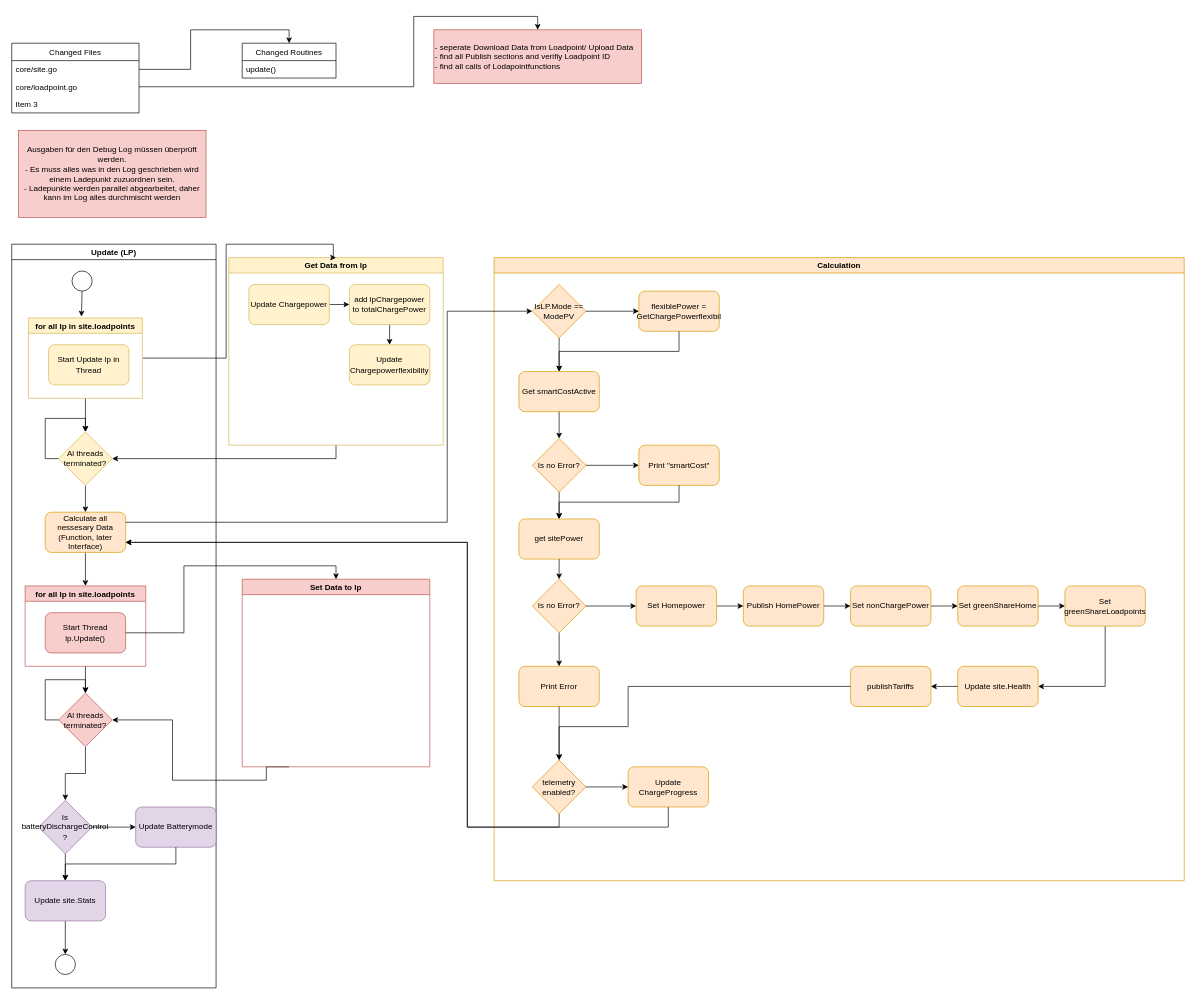
This is page "New site.go" (3 of 4) of docs/Update_Loadingpoint.drawio from cubos-technologies/evcc, a draw.io file, before an edit. Source tidied: cells renumbered, new cells numbered last; positions are measured from the earlier drawing's top-left corner, leaving out a move shared by most shapes. Both pictures are drawn from the tidied source at 67%, with x=0, y=0 at pixel (11, 16).
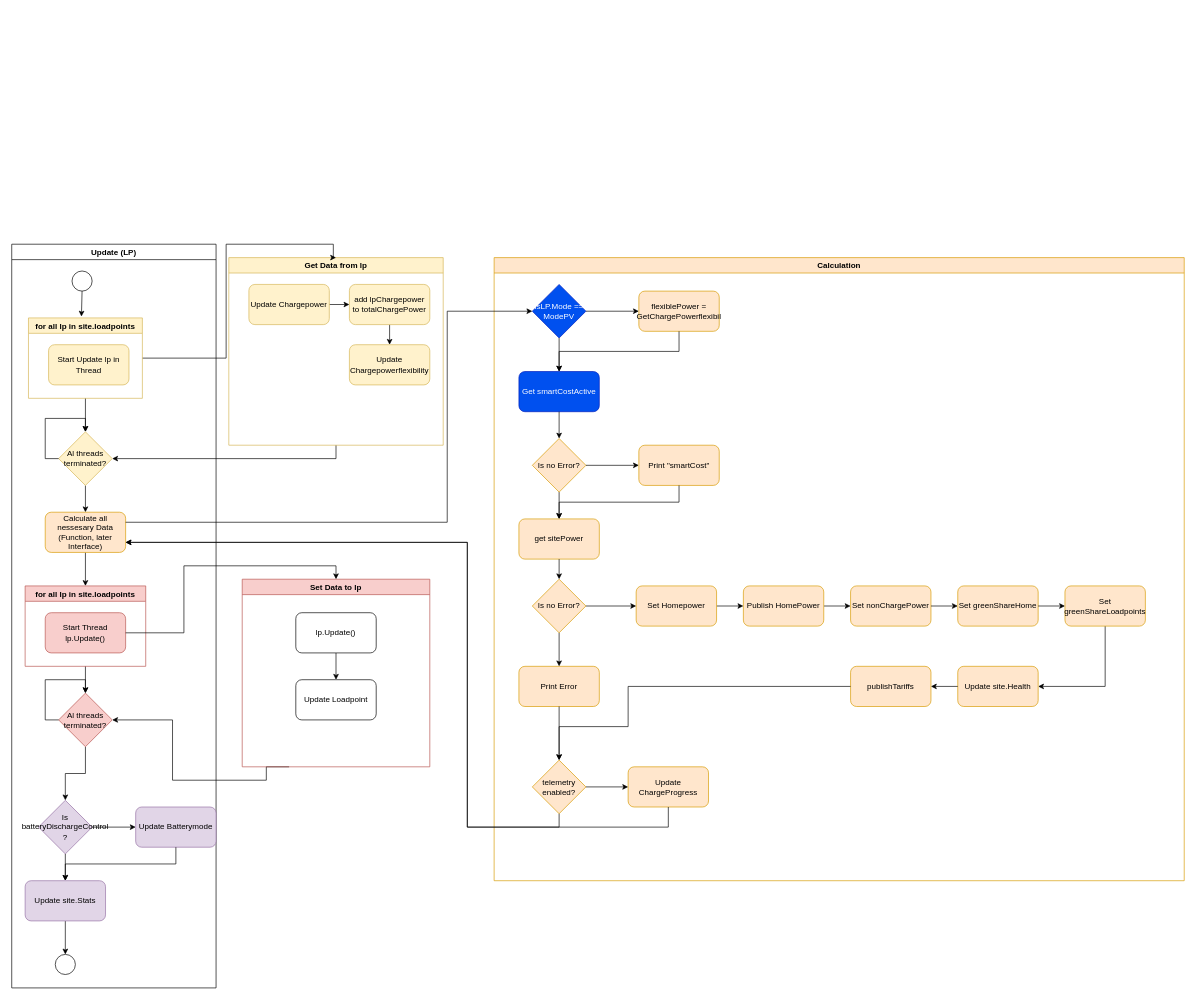
After the change.

Unchanged cells that the change refers to:
```xml
<mxCell id="36" value="Set Data to lp" style="swimlane;fillColor=#f8cecc;strokeColor=#b85450;" parent="1" vertex="1">
  <mxGeometry x="344" y="840" width="280" height="280" as="geometry" />
</mxCell>
<mxCell id="38" value="Calculation" style="swimlane;fillColor=#ffe6cc;strokeColor=#d79b00;" parent="1" vertex="1">
  <mxGeometry x="720" y="360" width="1030" height="930" as="geometry" />
</mxCell>
```

Change to the diagram source:
```diff
@@
+    <mxCell id="88" style="edgeStyle=orthogonalEdgeStyle;rounded=0;jettySize=auto;html=1;exitX=0.5;exitY=1;exitDx=0;exitDy=0;entryX=0.5;entryY=0;entryDx=0;entryDy=0;" parent="36" edge="1" source="89" target="90">
+      <mxGeometry relative="1" as="geometry" />
+    </mxCell>
+    <mxCell id="89" value="lp.Update()" style="rounded=1;whiteSpace=wrap;html=1;" parent="36" vertex="1">
+      <mxGeometry x="80" y="50" width="120" height="60" as="geometry" />
+    </mxCell>
+    <mxCell id="90" value="Update Loadpoint" style="rounded=1;whiteSpace=wrap;html=1;fillColor=none;" parent="36" vertex="1">
+      <mxGeometry x="80" y="150" width="120" height="60" as="geometry" />
+    </mxCell>
@@
-    <mxCell id="39" value="IsLP.Mode == ModePV" style="rhombus;whiteSpace=wrap;html=1;fillColor=#ffe6cc;strokeColor=#d79b00;" parent="38" vertex="1">
+    <mxCell id="39" value="IsLP.Mode == ModePV" style="rhombus;whiteSpace=wrap;html=1;fillColor=#0050ef;strokeColor=#001DBC;fontColor=#ffffff;" parent="38" vertex="1">
       <mxGeometry x="57" y="40" width="80" height="80" as="geometry" />
     </mxCell>
@@
-    <mxCell id="42" value="Get smartCostActive" style="rounded=1;whiteSpace=wrap;html=1;fillColor=#ffe6cc;strokeColor=#d79b00;" parent="38" vertex="1">
+    <mxCell id="42" value="Get smartCostActive" style="rounded=1;whiteSpace=wrap;html=1;fillColor=#0050ef;strokeColor=#001DBC;fontColor=#ffffff;" parent="38" vertex="1">
       <mxGeometry x="37" y="170" width="120" height="60" as="geometry" />
     </mxCell>
@@
-    <mxCell id="76" value="Changed Files" style="swimlane;fontStyle=0;horizontal=1;startSize=26;fillColor=none;" parent="1" vertex="1">
-      <mxGeometry y="40" width="190" height="104" as="geometry" />
-    </mxCell>
-    <mxCell id="77" value="core/site.go" style="text;strokeColor=none;fillColor=none;align=left;verticalAlign=top;spacingLeft=4;spacingRight=4;overflow=hidden;points=[[0,0.5],[1,0.5]];portConstraint=eastwest;" parent="76" vertex="1">
-      <mxGeometry y="26" width="190" height="26" as="geometry" />
-    </mxCell>
-    <mxCell id="78" value="core/loadpoint.go" style="text;strokeColor=none;fillColor=none;align=left;verticalAlign=top;spacingLeft=4;spacingRight=4;overflow=hidden;points=[[0,0.5],[1,0.5]];portConstraint=eastwest;" parent="76" vertex="1">
-      <mxGeometry y="52" width="190" height="26" as="geometry" />
-    </mxCell>
-    <mxCell id="79" value="Item 3" style="text;strokeColor=none;fillColor=none;align=left;verticalAlign=top;spacingLeft=4;spacingRight=4;overflow=hidden;" parent="76" vertex="1">
-      <mxGeometry y="78" width="190" height="26" as="geometry" />
-    </mxCell>
-    <mxCell id="80" style="edgeStyle=orthogonalEdgeStyle;rounded=0;jettySize=auto;html=1;exitX=1;exitY=0.5;exitDx=0;exitDy=0;entryX=0.5;entryY=0;entryDx=0;entryDy=0;" parent="1" edge="1" source="77" target="81">
-      <mxGeometry relative="1" as="geometry" />
-    </mxCell>
-    <mxCell id="81" value="Changed Routines" style="swimlane;fontStyle=0;horizontal=1;startSize=26;fillColor=none;" parent="1" vertex="1">
-      <mxGeometry x="344" y="40" width="140" height="52" as="geometry" />
-    </mxCell>
-    <mxCell id="82" value="update()" style="text;strokeColor=none;fillColor=none;align=left;verticalAlign=top;spacingLeft=4;spacingRight=4;overflow=hidden;" parent="81" vertex="1">
-      <mxGeometry y="26" width="140" height="26" as="geometry" />
-    </mxCell>
-    <mxCell id="83" value="Ausgaben für den Debug Log müssen überprüft werden. &lt;br&gt;- Es muss alles was in den Log geschrieben wird einem Ladepunkt zuzuordnen sein.&lt;br&gt;- Ladepunkte werden parallel abgearbeitet, daher kann im Log alles durchmischt werden" style="text;html=1;strokeColor=#b85450;fillColor=#f8cecc;align=center;verticalAlign=middle;whiteSpace=wrap;rounded=0;" parent="1" vertex="1">
-      <mxGeometry x="10" y="170" width="280" height="130" as="geometry" />
-    </mxCell>
@@
-    <mxCell id="86" value="- seperate Download Data from Loadpoint/ Upload Data&lt;br&gt;- find all Publish sections and verifiy Loadpoint ID&lt;br&gt;- find all calls of Lodapointfunctions" style="text;html=1;strokeColor=#b85450;fillColor=#f8cecc;align=left;verticalAlign=middle;whiteSpace=wrap;rounded=0;" parent="1" vertex="1">
-      <mxGeometry x="630" y="20" width="310" height="80" as="geometry" />
-    </mxCell>
-    <mxCell id="87" style="edgeStyle=orthogonalEdgeStyle;rounded=0;jettySize=auto;html=1;exitX=1;exitY=0.5;exitDx=0;exitDy=0;entryX=0.5;entryY=0;entryDx=0;entryDy=0;" parent="1" edge="1" source="78" target="86">
-      <mxGeometry relative="1" as="geometry">
-        <Array as="points">
-          <mxPoint x="600" y="105" />
-          <mxPoint x="600" />
-          <mxPoint x="785" />
-        </Array>
-      </mxGeometry>
-    </mxCell>
```
